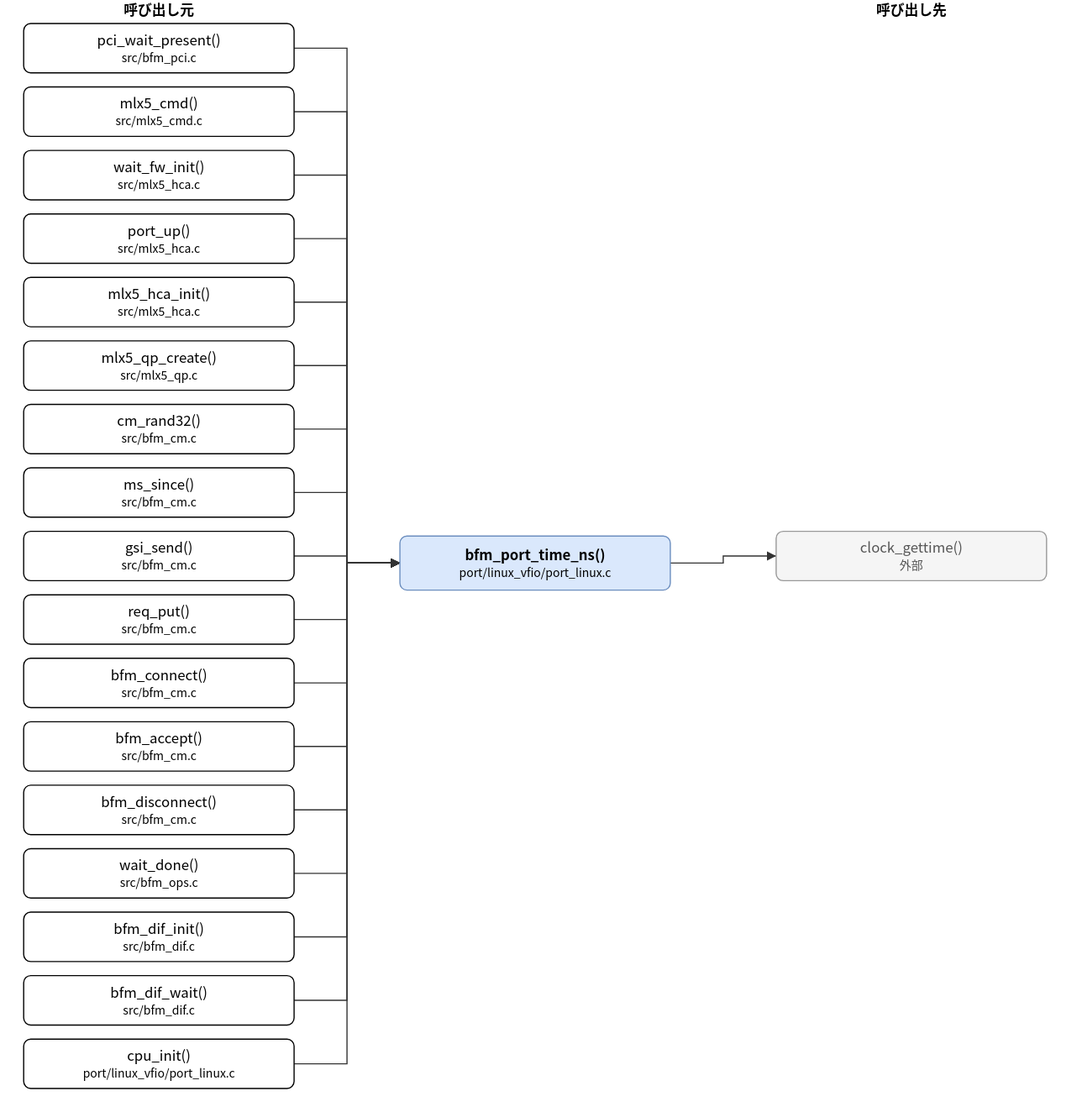
The draw.io diagram doc/spec/images/call_port_linux_vfio_port_linux-bfm_port_time_ns.drawio.svg in hf355051012-ai/bfmem, before a commit. Source tidied: cells renumbered, new cells last; positions are measured from the earlier drawing's top-left corner, leaving out a move shared by most shapes.
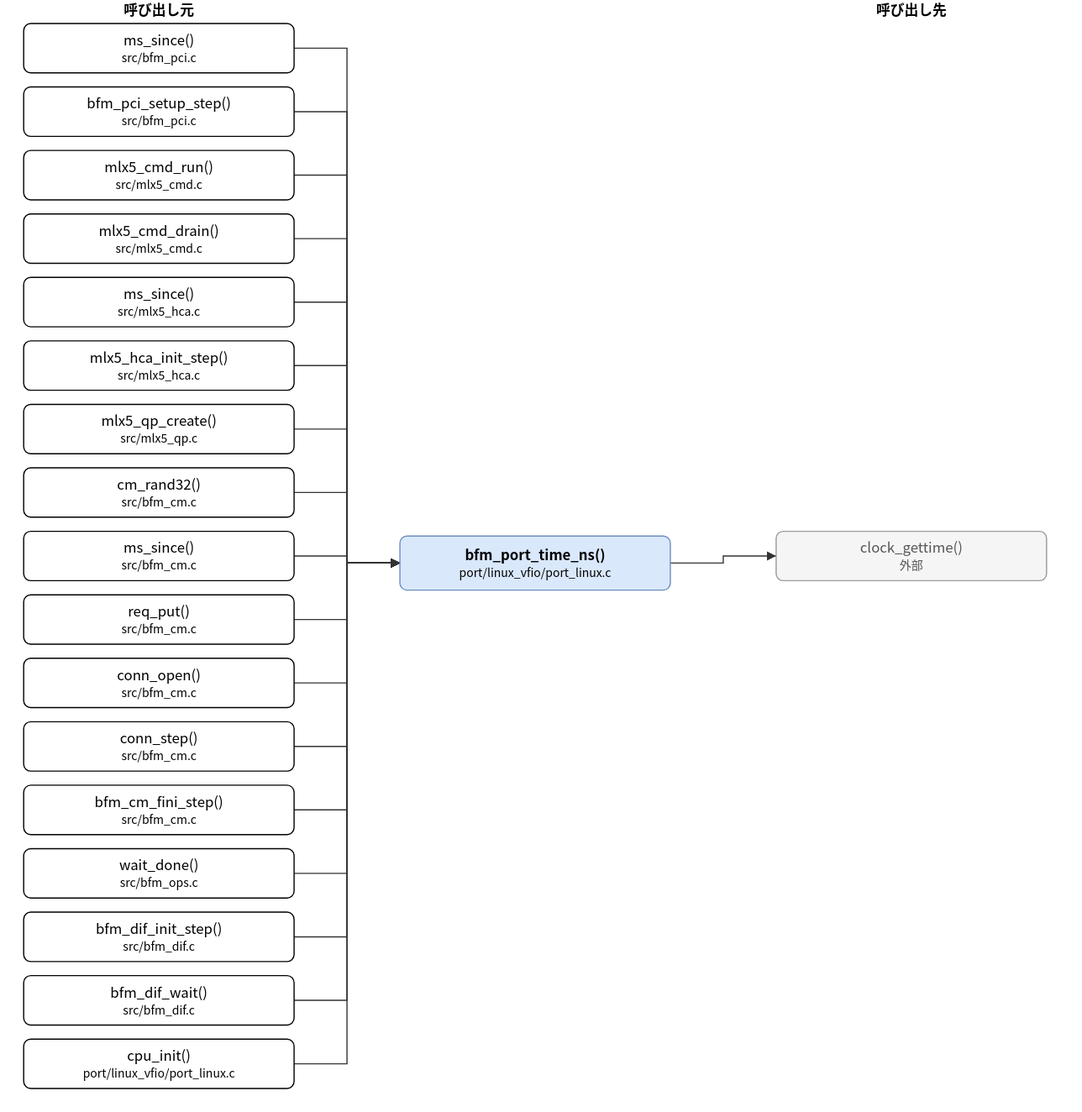
Later version of the same file.

Diff of the diagram source:
```diff
@@ -5,49 +5,49 @@
     <mxCell id="2" value="bfm_port_time_ns()&lt;br&gt;&lt;font style=&quot;font-size:10px&quot;&gt;port/linux_vfio/port_linux.c&lt;/font&gt;" style="rounded=1;whiteSpace=wrap;html=1;fillColor=#dae8fc;strokeColor=#6c8ebf;fontStyle=1;" parent="1" vertex="1">
       <mxGeometry x="320" y="456" width="230" height="46" as="geometry" />
     </mxCell>
-    <mxCell id="3" value="pci_wait_present()&lt;br&gt;&lt;font style=&quot;font-size:10px&quot;&gt;src/bfm_pci.c&lt;/font&gt;" style="rounded=1;whiteSpace=wrap;html=1;" parent="1" vertex="1">
+    <mxCell id="3" value="ms_since()&lt;br&gt;&lt;font style=&quot;font-size:10px&quot;&gt;src/bfm_pci.c&lt;/font&gt;" style="rounded=1;whiteSpace=wrap;html=1;" parent="1" vertex="1">
       <mxGeometry y="20" width="230" height="42" as="geometry" />
     </mxCell>
-    <mxCell id="4" value="mlx5_cmd()&lt;br&gt;&lt;font style=&quot;font-size:10px&quot;&gt;src/mlx5_cmd.c&lt;/font&gt;" style="rounded=1;whiteSpace=wrap;html=1;" parent="1" vertex="1">
+    <mxCell id="4" value="bfm_pci_setup_step()&lt;br&gt;&lt;font style=&quot;font-size:10px&quot;&gt;src/bfm_pci.c&lt;/font&gt;" style="rounded=1;whiteSpace=wrap;html=1;" parent="1" vertex="1">
       <mxGeometry y="74" width="230" height="42" as="geometry" />
     </mxCell>
-    <mxCell id="5" value="wait_fw_init()&lt;br&gt;&lt;font style=&quot;font-size:10px&quot;&gt;src/mlx5_hca.c&lt;/font&gt;" style="rounded=1;whiteSpace=wrap;html=1;" parent="1" vertex="1">
+    <mxCell id="5" value="mlx5_cmd_run()&lt;br&gt;&lt;font style=&quot;font-size:10px&quot;&gt;src/mlx5_cmd.c&lt;/font&gt;" style="rounded=1;whiteSpace=wrap;html=1;" parent="1" vertex="1">
       <mxGeometry y="128" width="230" height="42" as="geometry" />
     </mxCell>
-    <mxCell id="6" value="port_up()&lt;br&gt;&lt;font style=&quot;font-size:10px&quot;&gt;src/mlx5_hca.c&lt;/font&gt;" style="rounded=1;whiteSpace=wrap;html=1;" parent="1" vertex="1">
+    <mxCell id="6" value="mlx5_cmd_drain()&lt;br&gt;&lt;font style=&quot;font-size:10px&quot;&gt;src/mlx5_cmd.c&lt;/font&gt;" style="rounded=1;whiteSpace=wrap;html=1;" parent="1" vertex="1">
       <mxGeometry y="182" width="230" height="42" as="geometry" />
     </mxCell>
-    <mxCell id="7" value="mlx5_hca_init()&lt;br&gt;&lt;font style=&quot;font-size:10px&quot;&gt;src/mlx5_hca.c&lt;/font&gt;" style="rounded=1;whiteSpace=wrap;html=1;" parent="1" vertex="1">
+    <mxCell id="7" value="ms_since()&lt;br&gt;&lt;font style=&quot;font-size:10px&quot;&gt;src/mlx5_hca.c&lt;/font&gt;" style="rounded=1;whiteSpace=wrap;html=1;" parent="1" vertex="1">
       <mxGeometry y="236" width="230" height="42" as="geometry" />
     </mxCell>
-    <mxCell id="8" value="mlx5_qp_create()&lt;br&gt;&lt;font style=&quot;font-size:10px&quot;&gt;src/mlx5_qp.c&lt;/font&gt;" style="rounded=1;whiteSpace=wrap;html=1;" parent="1" vertex="1">
+    <mxCell id="8" value="mlx5_hca_init_step()&lt;br&gt;&lt;font style=&quot;font-size:10px&quot;&gt;src/mlx5_hca.c&lt;/font&gt;" style="rounded=1;whiteSpace=wrap;html=1;" parent="1" vertex="1">
       <mxGeometry y="290" width="230" height="42" as="geometry" />
     </mxCell>
-    <mxCell id="9" value="cm_rand32()&lt;br&gt;&lt;font style=&quot;font-size:10px&quot;&gt;src/bfm_cm.c&lt;/font&gt;" style="rounded=1;whiteSpace=wrap;html=1;" parent="1" vertex="1">
+    <mxCell id="9" value="mlx5_qp_create()&lt;br&gt;&lt;font style=&quot;font-size:10px&quot;&gt;src/mlx5_qp.c&lt;/font&gt;" style="rounded=1;whiteSpace=wrap;html=1;" parent="1" vertex="1">
       <mxGeometry y="344" width="230" height="42" as="geometry" />
     </mxCell>
-    <mxCell id="10" value="ms_since()&lt;br&gt;&lt;font style=&quot;font-size:10px&quot;&gt;src/bfm_cm.c&lt;/font&gt;" style="rounded=1;whiteSpace=wrap;html=1;" parent="1" vertex="1">
+    <mxCell id="10" value="cm_rand32()&lt;br&gt;&lt;font style=&quot;font-size:10px&quot;&gt;src/bfm_cm.c&lt;/font&gt;" style="rounded=1;whiteSpace=wrap;html=1;" parent="1" vertex="1">
       <mxGeometry y="398" width="230" height="42" as="geometry" />
     </mxCell>
-    <mxCell id="11" value="gsi_send()&lt;br&gt;&lt;font style=&quot;font-size:10px&quot;&gt;src/bfm_cm.c&lt;/font&gt;" style="rounded=1;whiteSpace=wrap;html=1;" parent="1" vertex="1">
+    <mxCell id="11" value="ms_since()&lt;br&gt;&lt;font style=&quot;font-size:10px&quot;&gt;src/bfm_cm.c&lt;/font&gt;" style="rounded=1;whiteSpace=wrap;html=1;" parent="1" vertex="1">
       <mxGeometry y="452" width="230" height="42" as="geometry" />
     </mxCell>
     <mxCell id="12" value="req_put()&lt;br&gt;&lt;font style=&quot;font-size:10px&quot;&gt;src/bfm_cm.c&lt;/font&gt;" style="rounded=1;whiteSpace=wrap;html=1;" parent="1" vertex="1">
       <mxGeometry y="506" width="230" height="42" as="geometry" />
     </mxCell>
-    <mxCell id="13" value="bfm_connect()&lt;br&gt;&lt;font style=&quot;font-size:10px&quot;&gt;src/bfm_cm.c&lt;/font&gt;" style="rounded=1;whiteSpace=wrap;html=1;" parent="1" vertex="1">
+    <mxCell id="13" value="conn_open()&lt;br&gt;&lt;font style=&quot;font-size:10px&quot;&gt;src/bfm_cm.c&lt;/font&gt;" style="rounded=1;whiteSpace=wrap;html=1;" parent="1" vertex="1">
       <mxGeometry y="560" width="230" height="42" as="geometry" />
     </mxCell>
-    <mxCell id="14" value="bfm_accept()&lt;br&gt;&lt;font style=&quot;font-size:10px&quot;&gt;src/bfm_cm.c&lt;/font&gt;" style="rounded=1;whiteSpace=wrap;html=1;" parent="1" vertex="1">
+    <mxCell id="14" value="conn_step()&lt;br&gt;&lt;font style=&quot;font-size:10px&quot;&gt;src/bfm_cm.c&lt;/font&gt;" style="rounded=1;whiteSpace=wrap;html=1;" parent="1" vertex="1">
       <mxGeometry y="614" width="230" height="42" as="geometry" />
     </mxCell>
-    <mxCell id="15" value="bfm_disconnect()&lt;br&gt;&lt;font style=&quot;font-size:10px&quot;&gt;src/bfm_cm.c&lt;/font&gt;" style="rounded=1;whiteSpace=wrap;html=1;" parent="1" vertex="1">
+    <mxCell id="15" value="bfm_cm_fini_step()&lt;br&gt;&lt;font style=&quot;font-size:10px&quot;&gt;src/bfm_cm.c&lt;/font&gt;" style="rounded=1;whiteSpace=wrap;html=1;" parent="1" vertex="1">
       <mxGeometry y="668" width="230" height="42" as="geometry" />
     </mxCell>
     <mxCell id="16" value="wait_done()&lt;br&gt;&lt;font style=&quot;font-size:10px&quot;&gt;src/bfm_ops.c&lt;/font&gt;" style="rounded=1;whiteSpace=wrap;html=1;" parent="1" vertex="1">
       <mxGeometry y="722" width="230" height="42" as="geometry" />
     </mxCell>
-    <mxCell id="17" value="bfm_dif_init()&lt;br&gt;&lt;font style=&quot;font-size:10px&quot;&gt;src/bfm_dif.c&lt;/font&gt;" style="rounded=1;whiteSpace=wrap;html=1;" parent="1" vertex="1">
+    <mxCell id="17" value="bfm_dif_init_step()&lt;br&gt;&lt;font style=&quot;font-size:10px&quot;&gt;src/bfm_dif.c&lt;/font&gt;" style="rounded=1;whiteSpace=wrap;html=1;" parent="1" vertex="1">
       <mxGeometry y="776" width="230" height="42" as="geometry" />
     </mxCell>
     <mxCell id="18" value="bfm_dif_wait()&lt;br&gt;&lt;font style=&quot;font-size:10px&quot;&gt;src/bfm_dif.c&lt;/font&gt;" style="rounded=1;whiteSpace=wrap;html=1;" parent="1" vertex="1">
```
